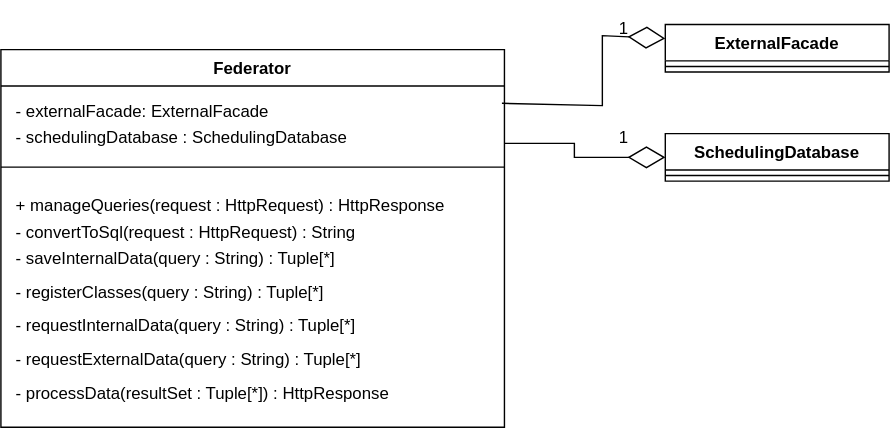
This is Storage/TeamOneFiles/federator_class_diagram.drawio.svg from MckennahPalmer/CSE430, a draw.io export, as it was before one commit. Source tidied: cells renumbered, new cells last; positions are measured from the earlier drawing's top-left corner, leaving out a move shared by most shapes.
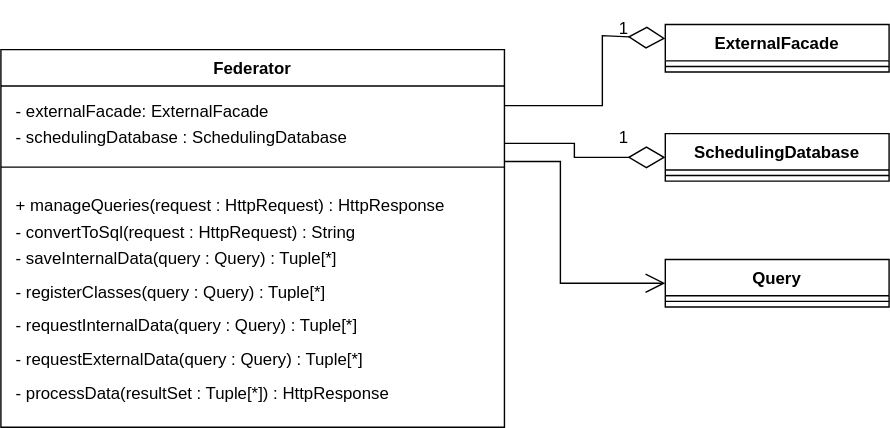
After the commit.

Diff of the diagram source:
```diff
@@ -11,7 +11,7 @@
     <mxCell id="4" style="line;strokeWidth=1;fillColor=none;align=left;verticalAlign=middle;spacingTop=-1;spacingLeft=3;spacingRight=3;labelPosition=right;strokeColor=inherit;" parent="2" vertex="1">
       <mxGeometry y="80" width="360" height="8" as="geometry" />
     </mxCell>
-    <mxCell id="5" value="&lt;div style=&quot;line-height: 200%;&quot;&gt;&lt;span style=&quot;background-color: initial;&quot;&gt;+ manageQueries(request : HttpRequest) : HttpResponse&lt;/span&gt;&lt;br&gt;&lt;/div&gt;- convertToSql(request : HttpRequest) : String&lt;div style=&quot;line-height: 200%;&quot;&gt;- saveInternalData(query : String) : Tuple[*]&lt;br&gt;&lt;div style=&quot;line-height: 200%;&quot;&gt;- registerClasses(query : String) : Tuple[*]&lt;/div&gt;&lt;div style=&quot;line-height: 200%;&quot;&gt;- requestInternalData(query : String) : Tuple[*]&lt;/div&gt;&lt;div style=&quot;line-height: 200%;&quot;&gt;- requestExternalData(query : String) : Tuple[*]&lt;/div&gt;&lt;div style=&quot;line-height: 200%;&quot;&gt;- processData(resultSet : Tuple[*]) : HttpResponse&lt;/div&gt;&lt;/div&gt;" style="text;strokeColor=none;fillColor=none;align=left;verticalAlign=top;spacingLeft=4;spacingRight=4;overflow=hidden;whiteSpace=wrap;html=1;spacingTop=0;spacingBottom=0;spacing=7;" parent="2" vertex="1">
+    <mxCell id="5" value="&lt;div style=&quot;line-height: 200%;&quot;&gt;&lt;span style=&quot;background-color: initial;&quot;&gt;+ manageQueries(request : HttpRequest) : HttpResponse&lt;/span&gt;&lt;br&gt;&lt;/div&gt;- convertToSql(request : HttpRequest) : String&lt;div style=&quot;line-height: 200%;&quot;&gt;- saveInternalData(query : Query) : Tuple[*]&lt;br&gt;&lt;div style=&quot;line-height: 200%;&quot;&gt;- registerClasses(query : Query) : Tuple[*]&lt;/div&gt;&lt;div style=&quot;line-height: 200%;&quot;&gt;- requestInternalData(query : Query) : Tuple[*]&lt;/div&gt;&lt;div style=&quot;line-height: 200%;&quot;&gt;- requestExternalData(query : Query) : Tuple[*]&lt;/div&gt;&lt;div style=&quot;line-height: 200%;&quot;&gt;- processData(resultSet : Tuple[*]) : HttpResponse&lt;/div&gt;&lt;/div&gt;" style="text;strokeColor=none;fillColor=none;align=left;verticalAlign=top;spacingLeft=4;spacingRight=4;overflow=hidden;whiteSpace=wrap;html=1;spacingTop=0;spacingBottom=0;spacing=7;" parent="2" vertex="1">
       <mxGeometry y="88" width="360" height="182" as="geometry" />
     </mxCell>
     <mxCell id="6" value="ExternalFacade" style="swimlane;fontStyle=1;align=center;verticalAlign=top;horizontal=1;startSize=26;whiteSpace=wrap;html=1;" parent="1" vertex="1">
@@ -20,8 +20,9 @@
     <mxCell id="7" style="line;strokeWidth=1;fillColor=none;align=left;verticalAlign=middle;spacingTop=-1;spacingLeft=3;spacingRight=3;labelPosition=right;strokeColor=inherit;" parent="6" vertex="1">
       <mxGeometry y="26" width="160" height="8" as="geometry" />
     </mxCell>
-    <mxCell id="8" style="endArrow=diamondThin;endFill=0;endSize=24;html=1;rounded=0;exitX=0.995;exitY=0.229;exitDx=0;exitDy=0;entryX=0;entryY=0.5;entryDx=0;entryDy=0;exitPerimeter=0;" parent="1" edge="1" source="3">
+    <mxCell id="8" style="endArrow=diamondThin;endFill=0;endSize=24;html=1;rounded=0;entryX=0;entryY=0.5;entryDx=0;entryDy=0;" parent="1" edge="1">
       <mxGeometry relative="1" as="geometry">
+        <mxPoint x="360" y="70" as="sourcePoint" />
         <mxPoint x="475" y="22" as="targetPoint" />
         <Array as="points">
           <mxPoint x="430" y="70" />
@@ -50,5 +51,20 @@
     <mxCell id="13" value="1" style="text;html=1;align=center;verticalAlign=middle;strokeColor=none;fillColor=none;" parent="1" vertex="1">
       <mxGeometry x="430" y="78" width="30" height="30" as="geometry" />
     </mxCell>
+    <mxCell id="14" value="Query" style="swimlane;fontStyle=1;align=center;verticalAlign=top;horizontal=1;startSize=26;whiteSpace=wrap;html=1;" parent="1" vertex="1">
+      <mxGeometry x="475" y="180" width="160" height="34" as="geometry" />
+    </mxCell>
+    <mxCell id="15" style="line;strokeWidth=1;fillColor=none;align=left;verticalAlign=middle;spacingTop=-1;spacingLeft=3;spacingRight=3;labelPosition=right;strokeColor=inherit;" parent="14" vertex="1">
+      <mxGeometry y="26" width="160" height="8" as="geometry" />
+    </mxCell>
+    <mxCell id="16" style="endArrow=open;endFill=1;endSize=12;html=1;rounded=0;entryX=0;entryY=0.5;entryDx=0;entryDy=0;" parent="1" edge="1" target="14">
+      <mxGeometry relative="1" as="geometry">
+        <mxPoint x="360" y="110" as="sourcePoint" />
+        <Array as="points">
+          <mxPoint x="400" y="110" />
+          <mxPoint x="400" y="197" />
+        </Array>
+      </mxGeometry>
+    </mxCell>
   </root>
 </mxGraphModel>
```
